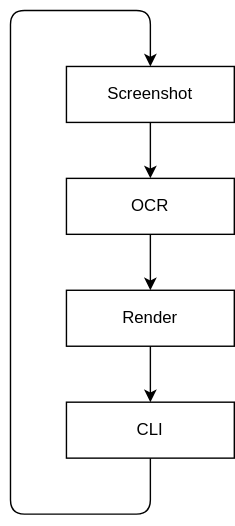
This is fluxograma.drawio.svg from JoelRoolJunior/ocr-real-time, a draw.io export, as it was before one commit. Source tidied: cells renumbered, new cells last; positions are measured from the earlier drawing's top-left corner, leaving out a move shared by most shapes.
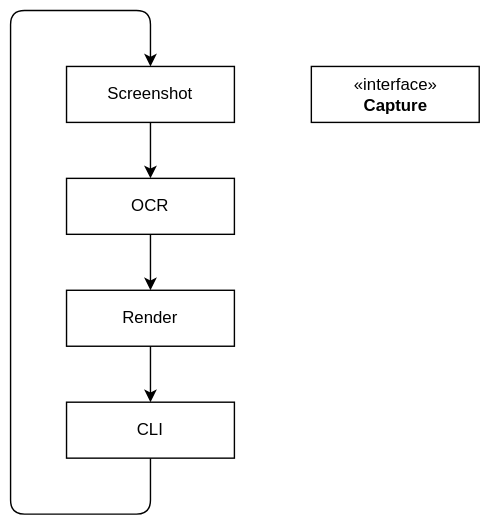
After the change.

Commit message:
:memo: DOCS: flowchart of the package

Change to the diagram source:
```diff
@@ -33,5 +33,8 @@
         </Array>
       </mxGeometry>
     </mxCell>
+    <mxCell id="10" value="«interface»&lt;br&gt;&lt;b&gt;Capture&lt;/b&gt;" style="html=1;" parent="1" vertex="1">
+      <mxGeometry x="215" y="40" width="120" height="40" as="geometry" />
+    </mxCell>
   </root>
 </mxGraphModel>
```
